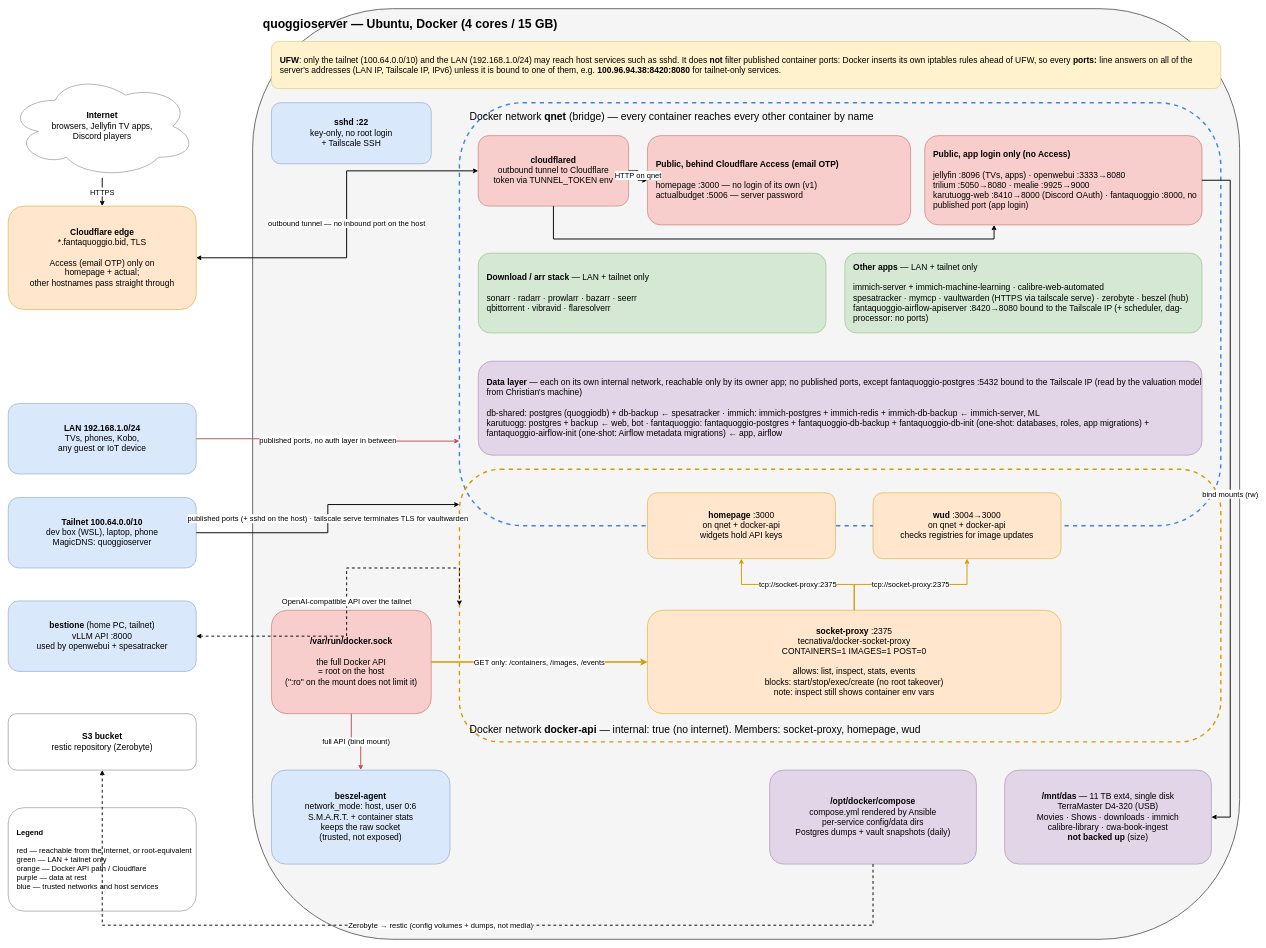
Earlier version of the draw.io diagram docs/architecture.drawio (chquaggio/homeserver). Source tidied: cells renumbered, new cells numbered last; positions are measured from the earlier drawing's top-left corner, leaving out a move shared by most shapes. Both pictures are drawn from the tidied source at 47%, with x=0, y=0 at pixel (8, 8).
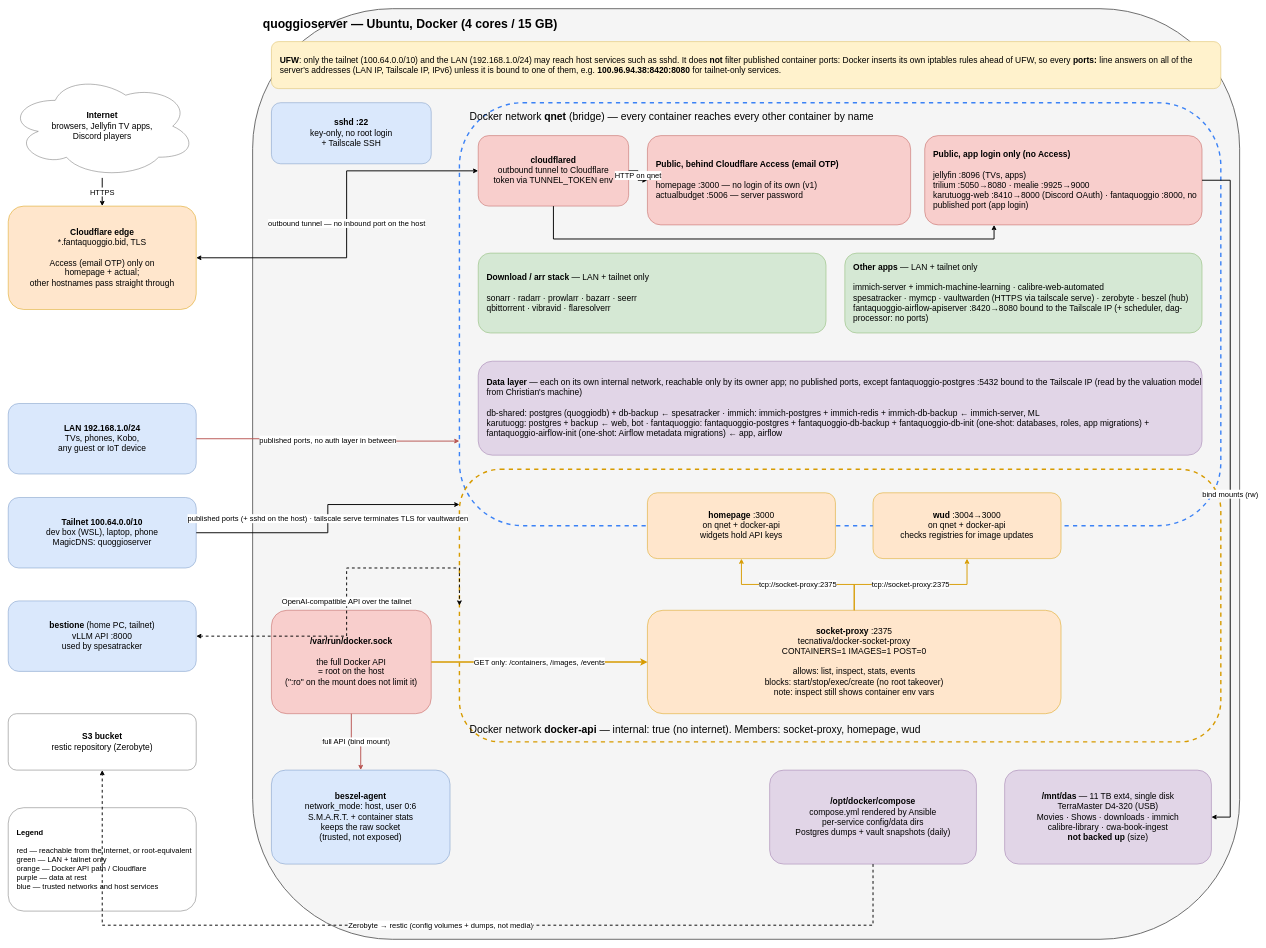
The same diagram, later.

Commit message (it also covers changes not shown here):
chore(containers): disable openwebui

Change to the diagram source:
```diff
@@
-    <mxCell id="9" value="&lt;b&gt;Public, app login only (no Access)&lt;/b&gt;&lt;br&gt;&lt;br&gt;jellyfin :8096 (TVs, apps) · openwebui :3333→8080&lt;br&gt;trilium :5050→8080 · mealie :9925→9000&lt;br&gt;karutuogg-web :8410→8000 (Discord OAuth) · fantaquoggio :8000, no published port (app login)" style="rounded=1;whiteSpace=wrap;html=1;fillColor=#f8cecc;strokeColor=#b85450;fontSize=18;align=left;spacingLeft=16;" parent="1" vertex="1">
+    <mxCell id="9" value="&lt;b&gt;Public, app login only (no Access)&lt;/b&gt;&lt;br&gt;&lt;br&gt;jellyfin :8096 (TVs, apps)&lt;br&gt;trilium :5050→8080 · mealie :9925→9000&lt;br&gt;karutuogg-web :8410→8000 (Discord OAuth) · fantaquoggio :8000, no published port (app login)" style="rounded=1;whiteSpace=wrap;html=1;fillColor=#f8cecc;strokeColor=#b85450;fontSize=18;align=left;spacingLeft=16;" parent="1" vertex="1">
       <mxGeometry x="1950" y="270" width="590" height="190" as="geometry" />
     </mxCell>
@@
-    <mxCell id="24" value="&lt;b&gt;bestione&lt;/b&gt; (home PC, tailnet)&lt;br&gt;vLLM API :8000&lt;br&gt;used by openwebui + spesatracker" style="rounded=1;whiteSpace=wrap;html=1;fillColor=#dae8fc;strokeColor=#6c8ebf;fontSize=18;" parent="1" vertex="1">
+    <mxCell id="24" value="&lt;b&gt;bestione&lt;/b&gt; (home PC, tailnet)&lt;br&gt;vLLM API :8000&lt;br&gt;used by spesatracker" style="rounded=1;whiteSpace=wrap;html=1;fillColor=#dae8fc;strokeColor=#6c8ebf;fontSize=18;" parent="1" vertex="1">
       <mxGeometry y="1260" width="400" height="150" as="geometry" />
     </mxCell>
```
